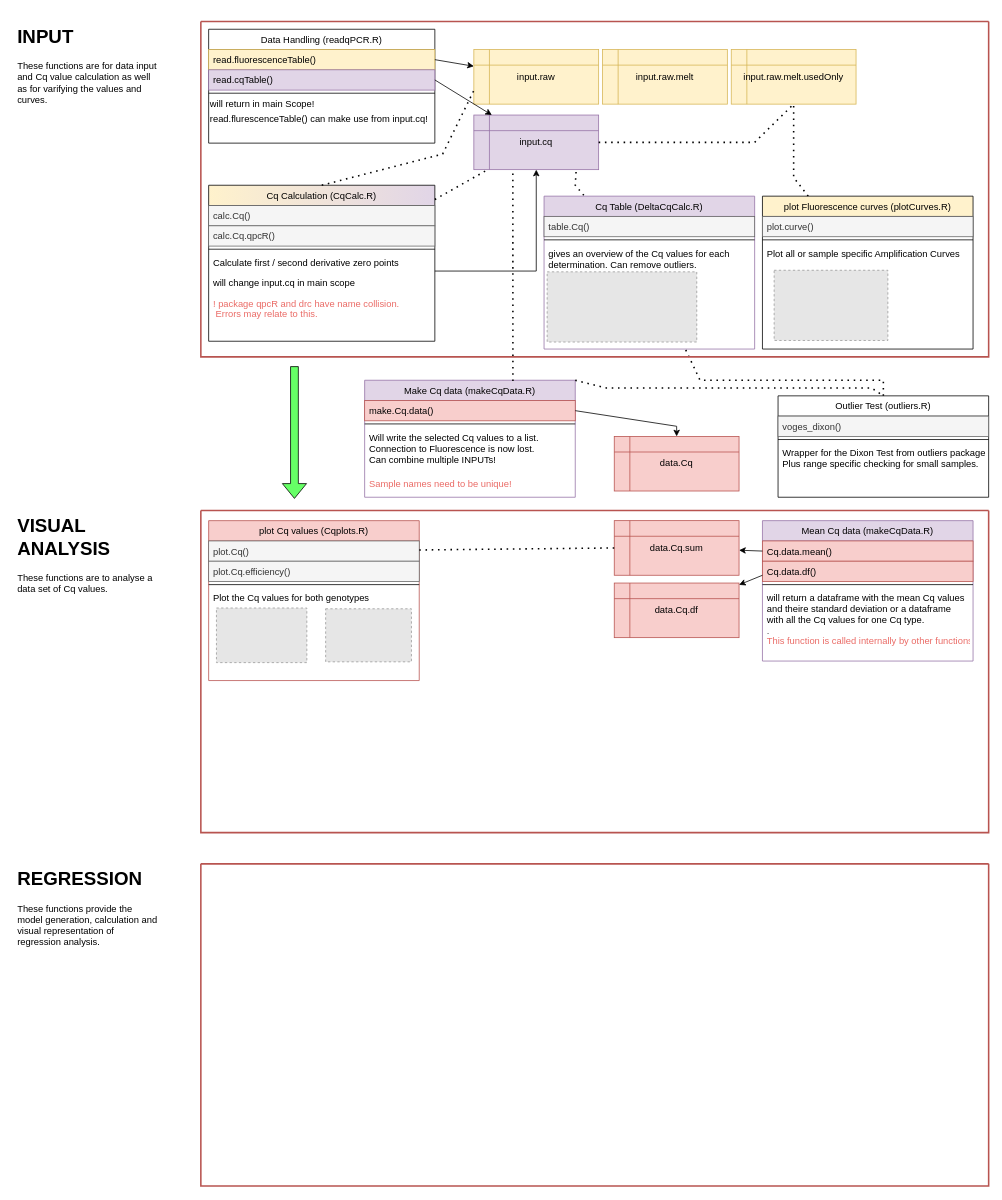
The draw.io diagram overview.drawio in AGSeifert/DoubleqpcR, before the edit. Source tidied: cells renumbered, new cells numbered last; positions are measured from the earlier drawing's top-left corner, leaving out a move shared by most shapes. Both pictures are drawn from the tidied source at 78%, with x=0, y=0 at pixel (13, 21). Pictures stored in the file or linked from it are replaced by grey dashed boxes.
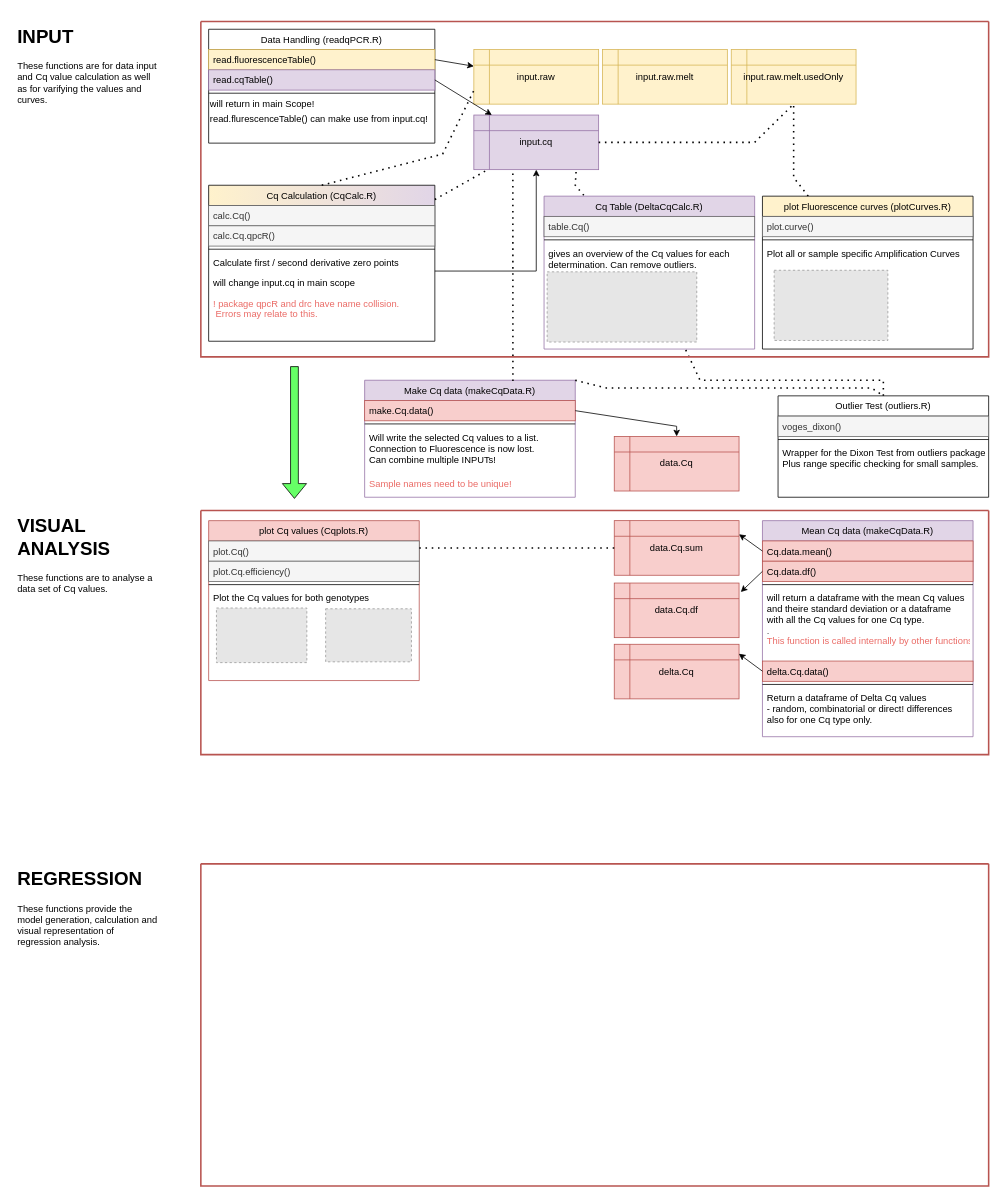
After the change.

Unchanged cells that the change refers to:
```xml
<mxCell id="49" value="plot.Cq()" style="text;align=left;verticalAlign=top;spacingLeft=4;spacingRight=4;overflow=hidden;points=[[0,0.5],[1,0.5]];portConstraint=eastwest;fillColor=#f5f5f5;strokeColor=#666666;fontColor=#333333;sketch=0;" parent="48" vertex="1">
  <mxGeometry y="26" width="270" height="26" as="geometry" />
</mxCell>
<mxCell id="57" value="Cq.data.mean()" style="text;align=left;verticalAlign=top;spacingLeft=4;spacingRight=4;overflow=hidden;points=[[0,0.5],[1,0.5]];portConstraint=eastwest;fillColor=#f8cecc;strokeColor=#b85450;sketch=0;" parent="56" vertex="1">
  <mxGeometry y="26" width="270" height="26" as="geometry" />
</mxCell>
<mxCell id="58" value="Cq.data.df()" style="text;align=left;verticalAlign=top;spacingLeft=4;spacingRight=4;overflow=hidden;points=[[0,0.5],[1,0.5]];portConstraint=eastwest;fillColor=#f8cecc;strokeColor=#b85450;sketch=0;" parent="56" vertex="1">
  <mxGeometry y="52" width="270" height="26" as="geometry" />
</mxCell>
<mxCell id="62" value="data.Cq.sum" style="shape=internalStorage;whiteSpace=wrap;html=1;backgroundOutline=1;fillColor=#f8cecc;strokeColor=#b85450;sketch=0;" parent="47" vertex="1">
  <mxGeometry x="530" y="13" width="160" height="70" as="geometry" />
</mxCell>
<mxCell id="65" value="data.Cq.df" style="shape=internalStorage;whiteSpace=wrap;html=1;backgroundOutline=1;fillColor=#f8cecc;strokeColor=#b85450;sketch=0;" parent="47" vertex="1">
  <mxGeometry x="530" y="93" width="160" height="70" as="geometry" />
</mxCell>
```

Change to the diagram source:
```diff
@@
     <mxCell id="47" style="swimlane;startSize=0;strokeColor=#B85450;strokeWidth=2;fillColor=none;gradientColor=none;" parent="1" vertex="1">
-      <mxGeometry x="240" y="627" width="1010" height="413" as="geometry" />
+      <mxGeometry x="240" y="627" width="1010" height="313" as="geometry" />
     </mxCell>
@@
     <mxCell id="56" value="Mean Cq data (makeCqData.R)" style="swimlane;fontStyle=0;align=center;verticalAlign=top;horizontal=1;startSize=26;rounded=0;shadow=0;strokeWidth=1;gradientDirection=east;glass=0;sketch=0;fillColor=#e1d5e7;strokeColor=#9673a6;" parent="47" vertex="1">
-      <mxGeometry x="720" y="13" width="270" height="180" as="geometry" />
+      <mxGeometry x="720" y="13" width="270" height="277" as="geometry" />
     </mxCell>
@@
+    <mxCell id="80" value="delta.Cq.data()" style="text;align=left;verticalAlign=top;spacingLeft=4;spacingRight=4;overflow=hidden;points=[[0,0.5],[1,0.5]];portConstraint=eastwest;fillColor=#f8cecc;strokeColor=#b85450;sketch=0;" parent="56" vertex="1">
+      <mxGeometry y="180" width="270" height="26" as="geometry" />
+    </mxCell>
+    <mxCell id="81" style="line;html=1;strokeWidth=1;align=left;verticalAlign=middle;spacingTop=-1;spacingLeft=3;spacingRight=3;labelPosition=right;sketch=0;" parent="56" vertex="1">
+      <mxGeometry y="206" width="270" height="8" as="geometry" />
+    </mxCell>
+    <mxCell id="82" value="Return a dataframe of Delta Cq values&#10;- random, combinatorial or direct! differences&#10;also for one Cq type only." style="text;align=left;verticalAlign=top;spacingLeft=4;spacingRight=4;overflow=hidden;fontStyle=0;fillColor=none;sketch=0;fontColor=#000000;" parent="56" vertex="1">
+      <mxGeometry y="214" width="270" height="54" as="geometry" />
+    </mxCell>
@@
-    <mxCell id="63" style="endArrow=classic;html=1;rounded=0;exitX=0;exitY=0.5;exitDx=0;exitDy=0;" parent="47" edge="1" source="57" target="62">
+    <mxCell id="63" style="endArrow=classic;html=1;rounded=0;exitX=0;exitY=0.5;exitDx=0;exitDy=0;entryX=1;entryY=0.25;entryDx=0;entryDy=0;" parent="47" edge="1" source="57" target="62">
       <mxGeometry relative="1" as="geometry" />
     </mxCell>
-    <mxCell id="64" style="endArrow=none;dashed=1;html=1;dashPattern=1 3;strokeWidth=2;rounded=0;fontColor=#EA6B66;entryX=0;entryY=0.5;entryDx=0;entryDy=0;" parent="47" edge="1" source="49" target="62">
-      <mxGeometry relative="1" as="geometry" />
+    <mxCell id="64" style="endArrow=none;dashed=1;html=1;dashPattern=1 3;strokeWidth=2;rounded=0;fontColor=#EA6B66;" parent="47" edge="1">
+      <mxGeometry relative="1" as="geometry">
+        <mxPoint x="280" y="48" as="sourcePoint" />
+        <mxPoint x="530" y="48" as="targetPoint" />
+      </mxGeometry>
     </mxCell>
@@
-    <mxCell id="66" style="endArrow=classic;html=1;rounded=0;" parent="47" edge="1" target="65">
-      <mxGeometry relative="1" as="geometry">
-        <mxPoint x="720" y="83" as="sourcePoint" />
-      </mxGeometry>
+    <mxCell id="66" style="endArrow=classic;html=1;rounded=0;exitX=0;exitY=0.5;exitDx=0;exitDy=0;entryX=1.014;entryY=0.164;entryDx=0;entryDy=0;entryPerimeter=0;" parent="47" edge="1" source="58" target="65">
+      <mxGeometry relative="1" as="geometry" />
     </mxCell>
+    <mxCell id="83" value="delta.Cq" style="shape=internalStorage;whiteSpace=wrap;html=1;backgroundOutline=1;fillColor=#f8cecc;strokeColor=#b85450;sketch=0;" parent="47" vertex="1">
+      <mxGeometry x="530" y="171.5" width="160" height="70" as="geometry" />
+    </mxCell>
+    <mxCell id="84" style="endArrow=classic;html=1;rounded=0;entryX=0.998;entryY=0.174;entryDx=0;entryDy=0;exitX=0;exitY=0.5;exitDx=0;exitDy=0;entryPerimeter=0;" parent="47" edge="1" source="80" target="83">
+      <mxGeometry relative="1" as="geometry" />
+    </mxCell>
```
